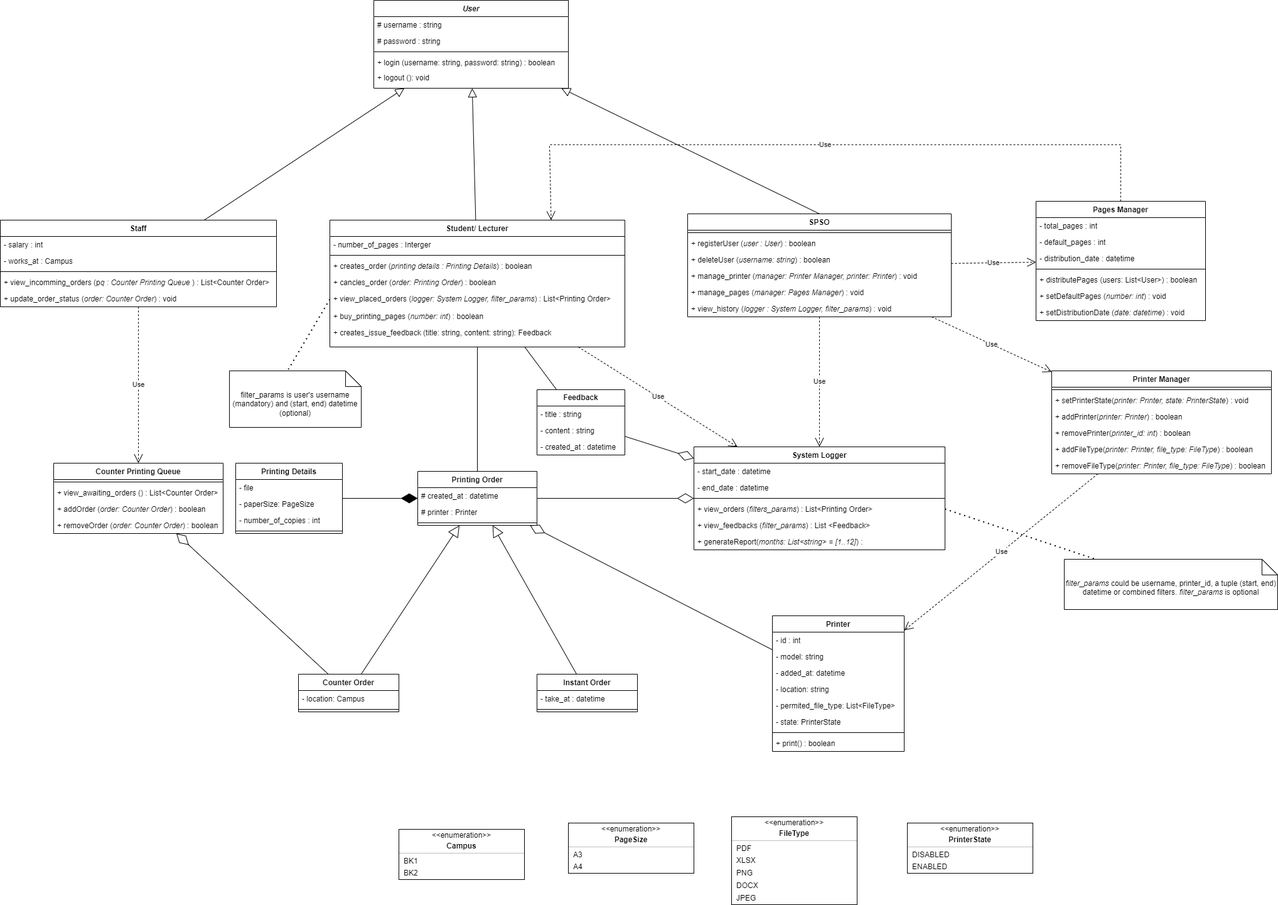
Above: spss-class-diagram.drawio.png in blueonline07/auth-demo (draw.io), before the change. Source tidied: cells renumbered, new cells last; positions are measured from the earlier drawing's top-left corner, leaving out a move shared by most shapes.
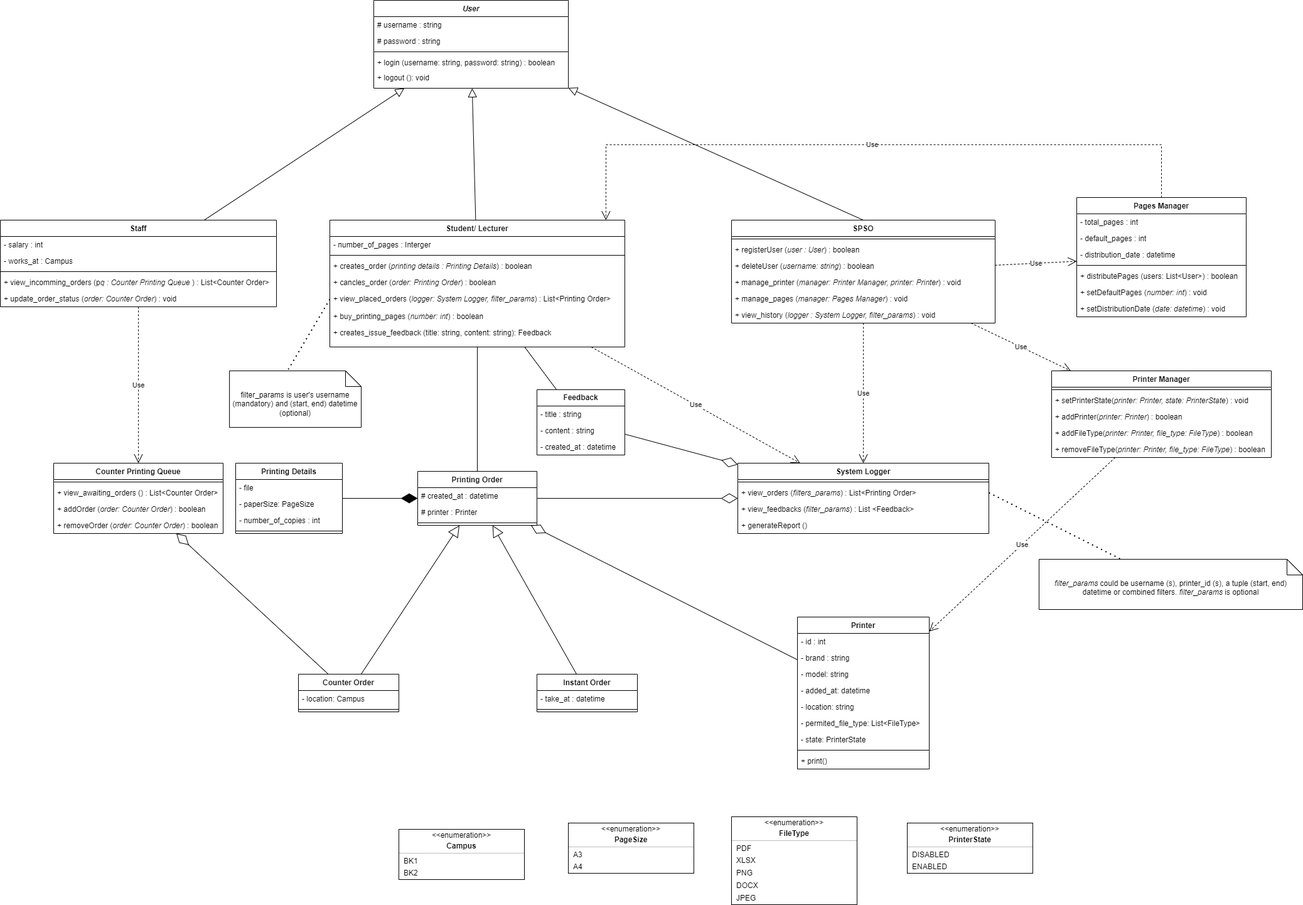
After the change.

Commit message:
Cập nhật spss-class-diagram.drawio.png

Diff of the diagram source:
```diff
@@ -63,7 +63,7 @@
       <mxGeometry y="112" width="440" height="26" as="geometry" />
     </mxCell>
     <mxCell id="22" value="SPSO" style="swimlane;fontStyle=1;align=center;verticalAlign=top;horizontal=1;startSize=26;whiteSpace=wrap;html=1;" parent="1" vertex="1">
-      <mxGeometry x="1095" y="340" width="420" height="164" as="geometry" />
+      <mxGeometry x="1165" y="350" width="420" height="164" as="geometry" />
     </mxCell>
     <mxCell id="23" style="line;strokeWidth=1;fillColor=none;align=left;verticalAlign=middle;spacingTop=-1;spacingLeft=3;spacingRight=3;labelPosition=right;strokeColor=inherit;" parent="22" vertex="1">
       <mxGeometry y="26" width="420" height="8" as="geometry" />
@@ -84,31 +84,34 @@
       <mxGeometry y="138" width="420" height="26" as="geometry" />
     </mxCell>
     <mxCell id="29" value="Printer" style="swimlane;fontStyle=1;align=center;verticalAlign=top;horizontal=1;startSize=26;whiteSpace=wrap;html=1;" parent="1" vertex="1">
-      <mxGeometry x="1230" y="980" width="210" height="216" as="geometry" />
+      <mxGeometry x="1270" y="982" width="210" height="242" as="geometry" />
     </mxCell>
     <mxCell id="30" value="- id : int" style="text;strokeColor=none;fillColor=none;align=left;verticalAlign=top;spacingLeft=4;spacingRight=4;overflow=hidden;whiteSpace=wrap;html=1;" parent="29" vertex="1">
       <mxGeometry y="26" width="210" height="26" as="geometry" />
     </mxCell>
+    <mxCell id="134" value="- brand : string" style="text;strokeColor=none;fillColor=none;align=left;verticalAlign=top;spacingLeft=4;spacingRight=4;overflow=hidden;whiteSpace=wrap;html=1;" parent="29" vertex="1">
+      <mxGeometry y="52" width="210" height="26" as="geometry" />
+    </mxCell>
     <mxCell id="31" value="- model: string" style="text;strokeColor=none;fillColor=none;align=left;verticalAlign=top;spacingLeft=4;spacingRight=4;overflow=hidden;whiteSpace=wrap;html=1;" parent="29" vertex="1">
-      <mxGeometry y="52" width="210" height="26" as="geometry" />
+      <mxGeometry y="78" width="210" height="26" as="geometry" />
     </mxCell>
     <mxCell id="32" value="- added_at: datetime" style="text;strokeColor=none;fillColor=none;align=left;verticalAlign=top;spacingLeft=4;spacingRight=4;overflow=hidden;whiteSpace=wrap;html=1;" parent="29" vertex="1">
-      <mxGeometry y="78" width="210" height="26" as="geometry" />
+      <mxGeometry y="104" width="210" height="26" as="geometry" />
     </mxCell>
     <mxCell id="33" value="- location: string" style="text;strokeColor=none;fillColor=none;align=left;verticalAlign=top;spacingLeft=4;spacingRight=4;overflow=hidden;whiteSpace=wrap;html=1;" parent="29" vertex="1">
-      <mxGeometry y="104" width="210" height="26" as="geometry" />
+      <mxGeometry y="130" width="210" height="26" as="geometry" />
     </mxCell>
     <mxCell id="34" value="- permited_file_type: List&amp;lt;FileType&amp;gt;" style="text;strokeColor=none;fillColor=none;align=left;verticalAlign=top;spacingLeft=4;spacingRight=4;overflow=hidden;whiteSpace=wrap;html=1;" parent="29" vertex="1">
-      <mxGeometry y="130" width="210" height="26" as="geometry" />
+      <mxGeometry y="156" width="210" height="26" as="geometry" />
     </mxCell>
     <mxCell id="35" value="- state: PrinterState" style="text;strokeColor=none;fillColor=none;align=left;verticalAlign=top;spacingLeft=4;spacingRight=4;overflow=hidden;whiteSpace=wrap;html=1;" parent="29" vertex="1">
-      <mxGeometry y="156" width="210" height="26" as="geometry" />
+      <mxGeometry y="182" width="210" height="26" as="geometry" />
     </mxCell>
     <mxCell id="36" style="line;strokeWidth=1;fillColor=none;align=left;verticalAlign=middle;spacingTop=-1;spacingLeft=3;spacingRight=3;labelPosition=right;strokeColor=inherit;" parent="29" vertex="1">
-      <mxGeometry y="182" width="210" height="8" as="geometry" />
+      <mxGeometry y="208" width="210" height="8" as="geometry" />
     </mxCell>
-    <mxCell id="37" value="+ print() : boolean" style="text;strokeColor=none;fillColor=none;align=left;verticalAlign=top;spacingLeft=4;spacingRight=4;overflow=hidden;whiteSpace=wrap;html=1;" parent="29" vertex="1">
-      <mxGeometry y="190" width="210" height="26" as="geometry" />
+    <mxCell id="37" value="+ print()" style="text;strokeColor=none;fillColor=none;align=left;verticalAlign=top;spacingLeft=4;spacingRight=4;overflow=hidden;whiteSpace=wrap;html=1;" parent="29" vertex="1">
+      <mxGeometry y="216" width="210" height="26" as="geometry" />
     </mxCell>
     <mxCell id="38" value="Printing Order" style="swimlane;fontStyle=1;align=center;verticalAlign=top;horizontal=1;startSize=26;whiteSpace=wrap;html=1;" parent="1" vertex="1">
       <mxGeometry x="665" y="750" width="190" height="86" as="geometry" />
@@ -138,25 +141,19 @@
       <mxGeometry y="86" width="270" height="26" as="geometry" />
     </mxCell>
     <mxCell id="47" value="System Logger" style="swimlane;fontStyle=1;align=center;verticalAlign=top;horizontal=1;startSize=26;whiteSpace=wrap;html=1;" parent="1" vertex="1">
-      <mxGeometry x="1105" y="711" width="400" height="164" as="geometry" />
+      <mxGeometry x="1175" y="737" width="400" height="112" as="geometry" />
     </mxCell>
-    <mxCell id="48" value="- start_date : datetime" style="text;strokeColor=none;fillColor=none;align=left;verticalAlign=top;spacingLeft=4;spacingRight=4;overflow=hidden;whiteSpace=wrap;html=1;" parent="47" vertex="1">
-      <mxGeometry y="26" width="400" height="26" as="geometry" />
-    </mxCell>
-    <mxCell id="49" value="- end_date : datetime" style="text;strokeColor=none;fillColor=none;align=left;verticalAlign=top;spacingLeft=4;spacingRight=4;overflow=hidden;whiteSpace=wrap;html=1;" parent="47" vertex="1">
-      <mxGeometry y="52" width="400" height="26" as="geometry" />
-    </mxCell>
     <mxCell id="50" style="line;strokeWidth=1;fillColor=none;align=left;verticalAlign=middle;spacingTop=-1;spacingLeft=3;spacingRight=3;labelPosition=right;strokeColor=inherit;" parent="47" vertex="1">
-      <mxGeometry y="78" width="400" height="8" as="geometry" />
+      <mxGeometry y="26" width="400" height="8" as="geometry" />
     </mxCell>
     <mxCell id="51" value="+ view_orders (&lt;i&gt;filters_params&lt;/i&gt;) : List&amp;lt;Printing Order&amp;gt;" style="text;strokeColor=none;fillColor=none;align=left;verticalAlign=top;spacingLeft=4;spacingRight=4;overflow=hidden;points=[[0,0.5],[1,0.5]];portConstraint=eastwest;whiteSpace=wrap;html=1;" parent="47" vertex="1">
-      <mxGeometry y="86" width="400" height="26" as="geometry" />
+      <mxGeometry y="34" width="400" height="26" as="geometry" />
     </mxCell>
     <mxCell id="52" value="+ view_feedbacks (&lt;i&gt;filter_params&lt;/i&gt;) : List &amp;lt;Feedback&amp;gt;" style="text;strokeColor=none;fillColor=none;align=left;verticalAlign=top;spacingLeft=4;spacingRight=4;overflow=hidden;whiteSpace=wrap;html=1;" parent="47" vertex="1">
-      <mxGeometry y="112" width="400" height="26" as="geometry" />
+      <mxGeometry y="60" width="400" height="26" as="geometry" />
     </mxCell>
-    <mxCell id="53" value="+ generateReport(&lt;i&gt;months: List&amp;lt;string&amp;gt; = [1..12]&lt;/i&gt;) :&amp;nbsp;" style="text;strokeColor=none;fillColor=none;align=left;verticalAlign=top;spacingLeft=4;spacingRight=4;overflow=hidden;whiteSpace=wrap;html=1;" parent="47" vertex="1">
-      <mxGeometry y="138" width="400" height="26" as="geometry" />
+    <mxCell id="53" value="+ generateReport ()&amp;nbsp;" style="text;strokeColor=none;fillColor=none;align=left;verticalAlign=top;spacingLeft=4;spacingRight=4;overflow=hidden;whiteSpace=wrap;html=1;" parent="47" vertex="1">
+      <mxGeometry y="86" width="400" height="26" as="geometry" />
     </mxCell>
     <mxCell id="54" style="fontStyle=1;align=center;verticalAlign=middle;horizontal=1;" parent="1" vertex="1">
       <mxGeometry x="1165" y="1300" width="200" height="140" as="geometry" />
@@ -207,7 +204,7 @@
       <mxGeometry relative="1" as="geometry" />
     </mxCell>
     <mxCell id="70" value="Printer Manager" style="swimlane;fontStyle=1;align=center;verticalAlign=top;horizontal=1;startSize=26;whiteSpace=wrap;html=1;" parent="1" vertex="1">
-      <mxGeometry x="1675" y="590" width="350" height="164" as="geometry" />
+      <mxGeometry x="1675" y="590" width="350" height="138" as="geometry" />
     </mxCell>
     <mxCell id="71" style="line;strokeWidth=1;fillColor=none;align=left;verticalAlign=middle;spacingTop=-1;spacingLeft=3;spacingRight=3;labelPosition=right;strokeColor=inherit;" parent="70" vertex="1">
       <mxGeometry y="26" width="350" height="8" as="geometry" />
@@ -218,17 +215,14 @@
     <mxCell id="73" value="+ addPrinter(&lt;i&gt;printer: Printer&lt;/i&gt;) : boolean" style="text;strokeColor=none;fillColor=none;align=left;verticalAlign=top;spacingLeft=4;spacingRight=4;overflow=hidden;whiteSpace=wrap;html=1;" parent="70" vertex="1">
       <mxGeometry y="60" width="350" height="26" as="geometry" />
     </mxCell>
-    <mxCell id="74" value="+ removePrinter(&lt;i&gt;printer_id: int&lt;/i&gt;) : boolean" style="text;strokeColor=none;fillColor=none;align=left;verticalAlign=top;spacingLeft=4;spacingRight=4;overflow=hidden;whiteSpace=wrap;html=1;" parent="70" vertex="1">
-      <mxGeometry y="86" width="350" height="26" as="geometry" />
-    </mxCell>
     <mxCell id="75" value="+ addFileType(&lt;i&gt;printer: Printer, file_type: FileType&lt;/i&gt;) : boolean" style="text;strokeColor=none;fillColor=none;align=left;verticalAlign=top;spacingLeft=4;spacingRight=4;overflow=hidden;whiteSpace=wrap;html=1;" parent="70" vertex="1">
-      <mxGeometry y="112" width="350" height="26" as="geometry" />
+      <mxGeometry y="86" width="350" height="26" as="geometry" />
     </mxCell>
     <mxCell id="76" value="+ removeFileType(&lt;i&gt;printer: Printer, file_type: FileType&lt;/i&gt;) : boolean" style="text;strokeColor=none;fillColor=none;align=left;verticalAlign=top;spacingLeft=4;spacingRight=4;overflow=hidden;whiteSpace=wrap;html=1;" parent="70" vertex="1">
-      <mxGeometry y="138" width="350" height="26" as="geometry" />
+      <mxGeometry y="112" width="350" height="26" as="geometry" />
     </mxCell>
     <mxCell id="77" value="Pages Manager" style="swimlane;fontStyle=1;align=center;verticalAlign=top;horizontal=1;startSize=26;whiteSpace=wrap;html=1;" parent="1" vertex="1">
-      <mxGeometry x="1650" y="320" width="270" height="190" as="geometry" />
+      <mxGeometry x="1715" y="314" width="270" height="190" as="geometry" />
     </mxCell>
     <mxCell id="78" value="&lt;div&gt;- total_pages : int&lt;/div&gt;" style="text;strokeColor=none;fillColor=none;align=left;verticalAlign=top;spacingLeft=4;spacingRight=4;overflow=hidden;whiteSpace=wrap;html=1;" parent="77" vertex="1">
       <mxGeometry y="26" width="270" height="26" as="geometry" />
@@ -359,14 +353,6 @@
     <mxCell id="120" value="A4" style="html=1;align=left;spacing=0;spacingLeft=8;verticalAlign=middle;strokeColor=none;fillColor=none;whiteSpace=wrap;" parent="115" vertex="1">
       <mxGeometry y="60" width="200" height="20" as="geometry" />
     </mxCell>
-    <mxCell id="121" value="Use" style="endArrow=open;endSize=12;dashed=1;html=1;rounded=0;entryX=0.75;entryY=0;entryDx=0;entryDy=0;" parent="1" edge="1" source="77" target="8">
-      <mxGeometry relative="1" as="geometry">
-        <Array as="points">
-          <mxPoint x="1785" y="230" />
-          <mxPoint x="875" y="230" />
-        </Array>
-      </mxGeometry>
-    </mxCell>
     <mxCell id="122" value="Use" style="endArrow=open;endSize=12;dashed=1;html=1;rounded=0;" parent="1" edge="1" source="70" target="29">
       <mxGeometry relative="1" as="geometry" />
     </mxCell>
@@ -388,8 +374,8 @@
     <mxCell id="128" value="BK2" style="html=1;align=left;spacing=0;spacingLeft=8;verticalAlign=middle;strokeColor=none;fillColor=none;whiteSpace=wrap;" parent="123" vertex="1">
       <mxGeometry y="60" width="200" height="20" as="geometry" />
     </mxCell>
-    <mxCell id="129" value="&lt;i&gt;filter_params&lt;/i&gt; could be username, printer_id, a tuple (start, end) datetime or combined filters.&amp;nbsp;&lt;i&gt;filter_params&lt;/i&gt; is optional" style="shape=note2;boundedLbl=1;whiteSpace=wrap;html=1;size=25;verticalAlign=top;align=center;" parent="1" vertex="1">
-      <mxGeometry x="1695" y="890" width="340" height="80" as="geometry" />
+    <mxCell id="129" value="&lt;i&gt;filter_params&lt;/i&gt; could be username (s), printer_id (s), a tuple (start, end) datetime or combined filters.&amp;nbsp;&lt;i&gt;filter_params&lt;/i&gt; is optional" style="shape=note2;boundedLbl=1;whiteSpace=wrap;html=1;size=25;verticalAlign=top;align=center;" parent="1" vertex="1">
+      <mxGeometry x="1655" y="890" width="420" height="80" as="geometry" />
     </mxCell>
     <mxCell id="130" style="endArrow=none;dashed=1;html=1;dashPattern=1 3;strokeWidth=2;rounded=0;exitX=1;exitY=0.5;exitDx=0;exitDy=0;" parent="1" edge="1" source="51" target="129">
       <mxGeometry relative="1" as="geometry" />
@@ -403,5 +389,13 @@
     <mxCell id="133" value="Use" style="endArrow=open;endSize=12;dashed=1;html=1;rounded=0;" parent="1" edge="1" source="8" target="47">
       <mxGeometry relative="1" as="geometry" />
     </mxCell>
+    <mxCell id="121" value="Use" style="endArrow=open;endSize=12;dashed=1;html=1;rounded=0;entryX=0.936;entryY=0;entryDx=0;entryDy=0;entryPerimeter=0;" parent="1" edge="1" source="77" target="8">
+      <mxGeometry relative="1" as="geometry">
+        <Array as="points">
+          <mxPoint x="1850" y="230" />
+          <mxPoint x="965" y="230" />
+        </Array>
+      </mxGeometry>
+    </mxCell>
   </root>
 </mxGraphModel>
```
